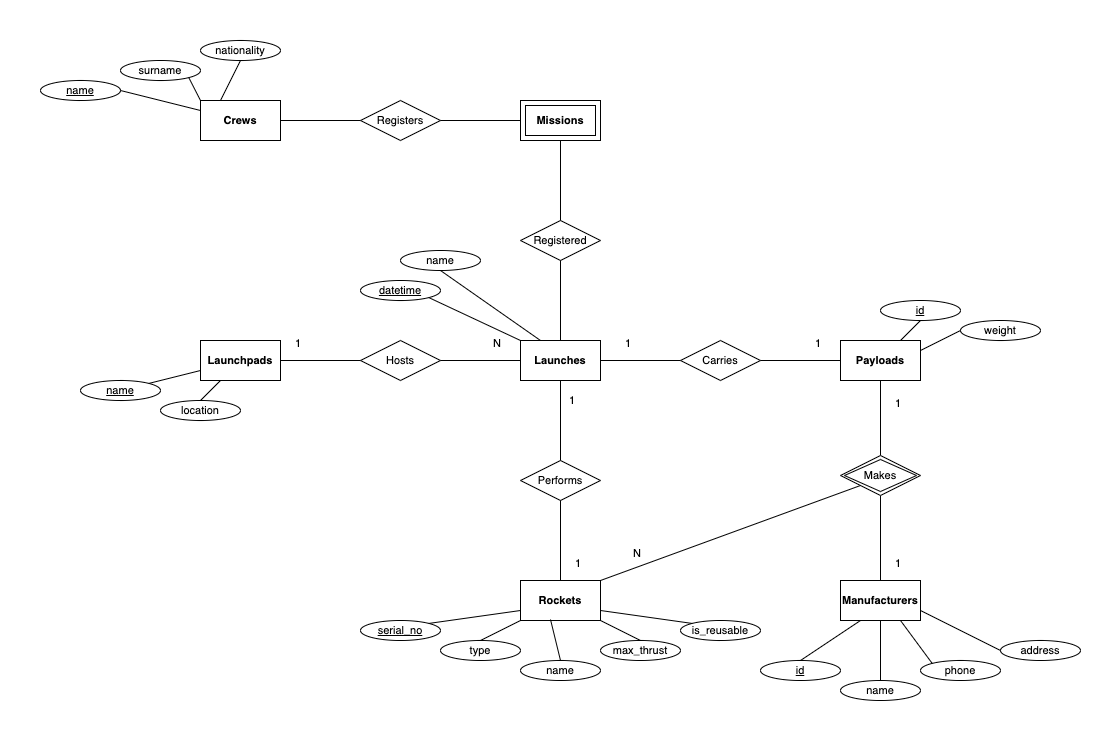
Above: launchpad-erd/erd.png in hanggrian/IIT-CS425 (draw.io), before the change. Source tidied: cells renumbered, new cells last; positions are measured from the earlier drawing's top-left corner, leaving out a move shared by most shapes.
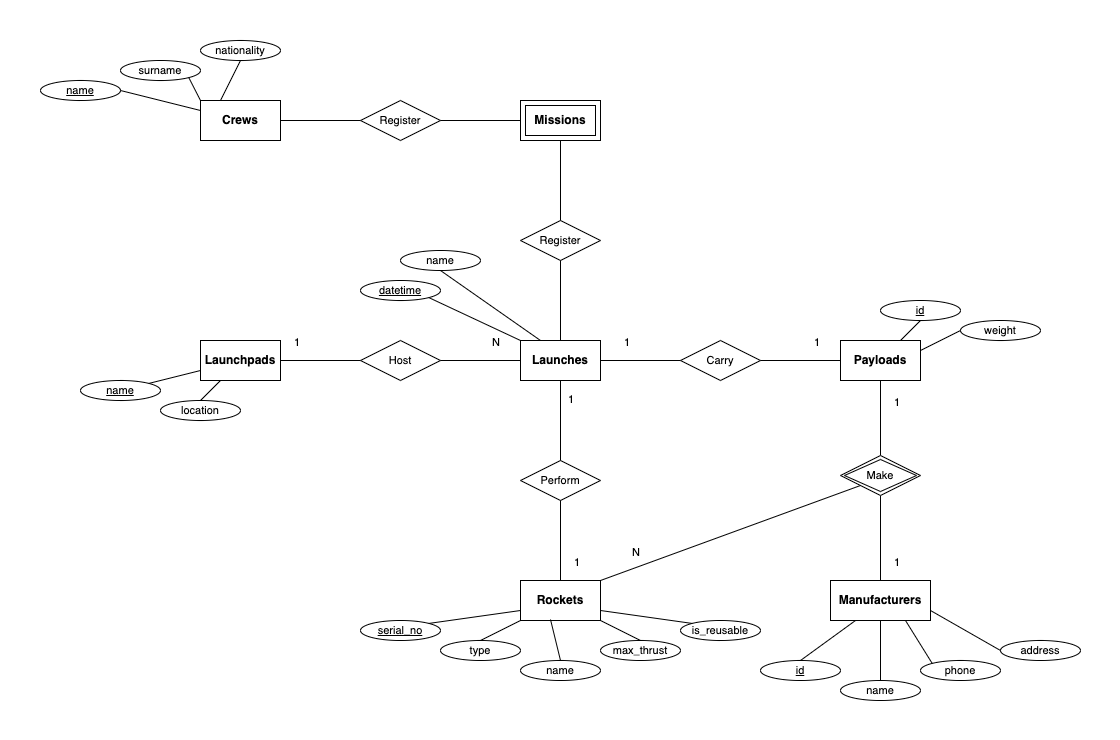
The same diagram one commit later.

Commit message:
Add first schema in CTA

Diff of the diagram source:
```diff
@@ -2,7 +2,7 @@
   <root>
     <mxCell id="0" />
     <mxCell id="1" parent="0" />
-    <mxCell id="2" value="Hosts" style="shape=rhombus;perimeter=rhombusPerimeter;whiteSpace=wrap;html=1;align=center;fontSize=11;" parent="1" vertex="1">
+    <mxCell id="2" value="Host" style="shape=rhombus;perimeter=rhombusPerimeter;whiteSpace=wrap;html=1;align=center;fontSize=11;" parent="1" vertex="1">
       <mxGeometry x="320" y="300" width="80" height="40" as="geometry" />
     </mxCell>
     <mxCell id="3" style="group;" parent="1" vertex="1" />
@@ -22,7 +22,7 @@
         <mxPoint x="-20" y="-10" as="offset" />
       </mxGeometry>
     </mxCell>
-    <mxCell id="8" value="Registered" style="shape=rhombus;perimeter=rhombusPerimeter;whiteSpace=wrap;html=1;align=center;fontSize=11;" parent="1" vertex="1">
+    <mxCell id="8" value="Register" style="shape=rhombus;perimeter=rhombusPerimeter;whiteSpace=wrap;html=1;align=center;fontSize=11;" parent="1" vertex="1">
       <mxGeometry x="480" y="180" width="80" height="40" as="geometry" />
     </mxCell>
     <mxCell id="9" style="endArrow=none;html=1;rounded=0;fontSize=11;exitX=0.5;exitY=1;exitDx=0;exitDy=0;entryX=0.5;entryY=0;entryDx=0;entryDy=0;" parent="1" edge="1" source="8" target="71">
@@ -31,7 +31,7 @@
     <mxCell id="10" style="endArrow=none;html=1;rounded=0;fontSize=11;entryX=0.5;entryY=0;entryDx=0;entryDy=0;exitX=0.5;exitY=1;exitDx=0;exitDy=0;" parent="1" edge="1" source="70" target="8">
       <mxGeometry relative="1" as="geometry" />
     </mxCell>
-    <mxCell id="11" value="Carries" style="shape=rhombus;perimeter=rhombusPerimeter;whiteSpace=wrap;html=1;align=center;fontSize=11;" parent="1" vertex="1">
+    <mxCell id="11" value="Carry" style="shape=rhombus;perimeter=rhombusPerimeter;whiteSpace=wrap;html=1;align=center;fontSize=11;" parent="1" vertex="1">
       <mxGeometry x="640" y="300" width="80" height="40" as="geometry" />
     </mxCell>
     <mxCell id="12" style="endArrow=none;html=1;rounded=0;fontSize=11;exitX=0;exitY=0.5;exitDx=0;exitDy=0;entryX=1;entryY=0.5;entryDx=0;entryDy=0;" parent="1" edge="1" source="11" target="71">
@@ -50,7 +50,7 @@
         <mxPoint x="-20" y="-10" as="offset" />
       </mxGeometry>
     </mxCell>
-    <mxCell id="16" value="Crews" style="whiteSpace=wrap;html=1;align=center;fontSize=11;fontStyle=1;" parent="1" vertex="1">
+    <mxCell id="16" value="Crews" style="whiteSpace=wrap;html=1;align=center;fontSize=12;fontStyle=1;" parent="1" vertex="1">
       <mxGeometry x="160" y="60" width="80" height="40" as="geometry" />
     </mxCell>
     <mxCell id="17" value="nationality" style="ellipse;whiteSpace=wrap;html=1;align=center;fontStyle=0;fontSize=11;" parent="1" vertex="1">
@@ -83,7 +83,7 @@
     <mxCell id="26" style="endArrow=none;html=1;rounded=0;fontSize=11;entryX=0.5;entryY=1;entryDx=0;entryDy=0;exitX=0.25;exitY=0;exitDx=0;exitDy=0;" parent="1" edge="1" source="71" target="24">
       <mxGeometry relative="1" as="geometry" />
     </mxCell>
-    <mxCell id="27" value="Payloads" style="whiteSpace=wrap;html=1;align=center;fontSize=11;fontStyle=1;" parent="1" vertex="1">
+    <mxCell id="27" value="Payloads" style="whiteSpace=wrap;html=1;align=center;fontSize=12;fontStyle=1;" parent="1" vertex="1">
       <mxGeometry x="800" y="300" width="80" height="40" as="geometry" />
     </mxCell>
     <mxCell id="28" value="id" style="ellipse;whiteSpace=wrap;html=1;align=center;fontStyle=4;fontSize=11;" parent="1" vertex="1">
@@ -98,7 +98,7 @@
     <mxCell id="31" style="endArrow=none;html=1;rounded=0;fontSize=11;entryX=0;entryY=0.5;entryDx=0;entryDy=0;exitX=1;exitY=0.25;exitDx=0;exitDy=0;" parent="1" edge="1" source="27" target="29">
       <mxGeometry relative="1" as="geometry" />
     </mxCell>
-    <mxCell id="32" value="Rockets" style="whiteSpace=wrap;html=1;align=center;fontSize=11;fontStyle=1;" parent="1" vertex="1">
+    <mxCell id="32" value="Rockets" style="whiteSpace=wrap;html=1;align=center;fontSize=12;fontStyle=1;" parent="1" vertex="1">
       <mxGeometry x="480" y="540" width="80" height="40" as="geometry" />
     </mxCell>
     <mxCell id="33" value="type" style="ellipse;whiteSpace=wrap;html=1;align=center;fontStyle=0;fontSize=11;" parent="1" vertex="1">
@@ -127,8 +127,8 @@
     <mxCell id="40" style="endArrow=none;html=1;rounded=0;fontSize=11;entryX=0;entryY=0;entryDx=0;entryDy=0;exitX=1;exitY=0.75;exitDx=0;exitDy=0;" parent="1" edge="1" source="32" target="39">
       <mxGeometry relative="1" as="geometry" />
     </mxCell>
-    <mxCell id="41" value="Manufacturers" style="whiteSpace=wrap;html=1;align=center;fontSize=11;fontStyle=1;" parent="1" vertex="1">
-      <mxGeometry x="800" y="540" width="80" height="40" as="geometry" />
+    <mxCell id="41" value="Manufacturers" style="whiteSpace=wrap;html=1;align=center;fontSize=12;fontStyle=1;" parent="1" vertex="1">
+      <mxGeometry x="790" y="540" width="100" height="40" as="geometry" />
     </mxCell>
     <mxCell id="42" value="id" style="ellipse;whiteSpace=wrap;html=1;align=center;fontStyle=4;fontSize=11;" parent="1" vertex="1">
       <mxGeometry x="720" y="620" width="80" height="20" as="geometry" />
@@ -154,7 +154,7 @@
     <mxCell id="49" style="endArrow=none;html=1;rounded=0;fontSize=11;entryX=0;entryY=0.5;entryDx=0;entryDy=0;exitX=1;exitY=0.75;exitDx=0;exitDy=0;" parent="1" edge="1" source="41" target="48">
       <mxGeometry relative="1" as="geometry" />
     </mxCell>
-    <mxCell id="50" value="Performs" style="shape=rhombus;perimeter=rhombusPerimeter;whiteSpace=wrap;html=1;align=center;fontSize=11;" parent="1" vertex="1">
+    <mxCell id="50" value="Perform" style="shape=rhombus;perimeter=rhombusPerimeter;whiteSpace=wrap;html=1;align=center;fontSize=11;" parent="1" vertex="1">
       <mxGeometry x="480" y="420" width="80" height="40" as="geometry" />
     </mxCell>
     <mxCell id="51" style="endArrow=none;html=1;rounded=0;fontSize=11;exitX=0.5;exitY=0;exitDx=0;exitDy=0;entryX=0.5;entryY=1;entryDx=0;entryDy=0;" parent="1" edge="1" source="50" target="71">
@@ -176,7 +176,7 @@
     <mxCell id="55" value="name" style="ellipse;whiteSpace=wrap;html=1;align=center;fontStyle=4;fontSize=11;" parent="1" vertex="1">
       <mxGeometry x="40" y="340" width="80" height="20" as="geometry" />
     </mxCell>
-    <mxCell id="56" value="Launchpads" style="whiteSpace=wrap;html=1;align=center;fontSize=11;fontStyle=1;" parent="1" vertex="1">
+    <mxCell id="56" value="Launchpads" style="whiteSpace=wrap;html=1;align=center;fontSize=12;fontStyle=1;" parent="1" vertex="1">
       <mxGeometry x="160" y="300" width="80" height="40" as="geometry" />
     </mxCell>
     <mxCell id="57" value="location" style="ellipse;whiteSpace=wrap;html=1;align=center;fontStyle=0;fontSize=11;" parent="1" vertex="1">
@@ -212,7 +212,7 @@
         <mxPoint x="20" y="30" as="offset" />
       </mxGeometry>
     </mxCell>
-    <mxCell id="66" value="Makes" style="shape=rhombus;double=1;perimeter=rhombusPerimeter;whiteSpace=wrap;html=1;align=center;fontSize=11;" parent="1" vertex="1">
+    <mxCell id="66" value="Make" style="shape=rhombus;double=1;perimeter=rhombusPerimeter;whiteSpace=wrap;html=1;align=center;fontSize=11;" parent="1" vertex="1">
       <mxGeometry x="800" y="415" width="80" height="40" as="geometry" />
     </mxCell>
     <mxCell id="67" value="serial_no" style="ellipse;whiteSpace=wrap;html=1;align=center;fontStyle=4;fontSize=11;" parent="1" vertex="1">
@@ -226,13 +226,13 @@
         <mxPoint x="24" y="-173" as="offset" />
       </mxGeometry>
     </mxCell>
-    <mxCell id="70" value="Missions" style="shape=ext;margin=3;double=1;whiteSpace=wrap;html=1;align=center;fontSize=11;fontStyle=1;" parent="1" vertex="1">
+    <mxCell id="70" value="Missions" style="shape=ext;margin=3;double=1;whiteSpace=wrap;html=1;align=center;fontSize=12;fontStyle=1;" parent="1" vertex="1">
       <mxGeometry x="480" y="60" width="80" height="40" as="geometry" />
     </mxCell>
-    <mxCell id="71" value="Launches" style="whiteSpace=wrap;html=1;align=center;fontSize=11;fontStyle=1;" parent="1" vertex="1">
+    <mxCell id="71" value="Launches" style="whiteSpace=wrap;html=1;align=center;fontSize=12;fontStyle=1;" parent="1" vertex="1">
       <mxGeometry x="480" y="300" width="80" height="40" as="geometry" />
     </mxCell>
-    <mxCell id="72" value="Registers" style="shape=rhombus;perimeter=rhombusPerimeter;whiteSpace=wrap;html=1;align=center;fontSize=11;" parent="1" vertex="1">
+    <mxCell id="72" value="Register" style="shape=rhombus;perimeter=rhombusPerimeter;whiteSpace=wrap;html=1;align=center;fontSize=11;" parent="1" vertex="1">
       <mxGeometry x="320" y="60" width="80" height="40" as="geometry" />
     </mxCell>
     <mxCell id="73" style="endArrow=none;html=1;rounded=0;fontSize=11;entryX=0;entryY=0.5;entryDx=0;entryDy=0;exitX=1;exitY=0.5;exitDx=0;exitDy=0;" parent="1" edge="1" source="16" target="72">
```
